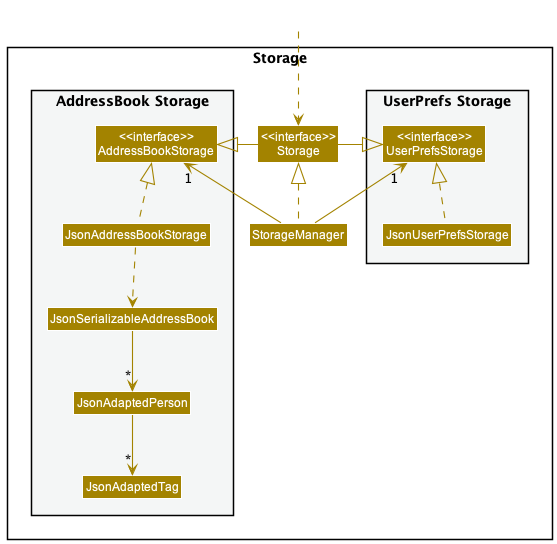
Earlier version of the PlantUML export docs/images/StorageClassDiagram.png (nus-cs2103-AY2223S1/tp).
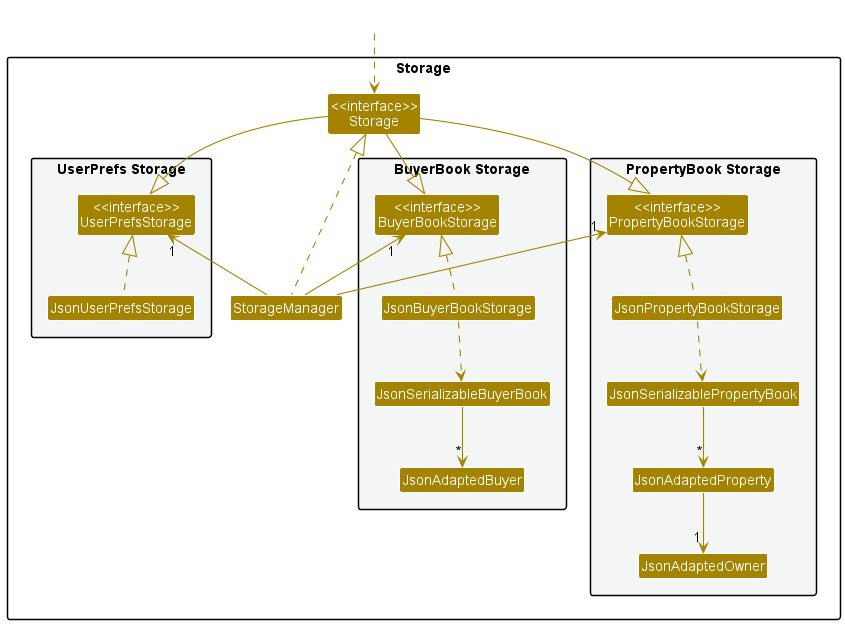
After the change.

Commit message:
Update Storage component DG

The edit, as a diff of the source:
```diff
@@ -14,12 +14,19 @@
 Class "<<interface>>\nStorage" as Storage
 Class StorageManager
 
-package "AddressBook Storage" #F4F6F6{
-Class "<<interface>>\nAddressBookStorage" as AddressBookStorage
-Class JsonAddressBookStorage
-Class JsonSerializableAddressBook
-Class JsonAdaptedPerson
-Class JsonAdaptedTag
+package "BuyerBook Storage" #F4F6F6{
+Class "<<interface>>\nBuyerBookStorage" as BuyerBookStorage
+Class JsonBuyerBookStorage
+Class JsonSerializableBuyerBook
+Class JsonAdaptedBuyer
+}
+
+package "PropertyBook Storage" #F4F6F6{
+Class "<<interface>>\nPropertyBookStorage" as PropertyBookStorage
+Class JsonPropertyBookStorage
+Class JsonSerializablePropertyBook
+Class JsonAdaptedProperty
+Class JsonAdaptedOwner
 }
 
 }
@@ -29,15 +36,21 @@
 
 StorageManager .up.|> Storage
 StorageManager -up-> "1" UserPrefsStorage
-StorageManager -up-> "1" AddressBookStorage
+StorageManager -up-> "1" BuyerBookStorage
+StorageManager -up-> "1" PropertyBookStorage
 
-Storage -left-|> UserPrefsStorage
-Storage -right-|> AddressBookStorage
+Storage -down-|> UserPrefsStorage
+Storage -down-|> BuyerBookStorage
+Storage -down-|> PropertyBookStorage
 
 JsonUserPrefsStorage .up.|> UserPrefsStorage
-JsonAddressBookStorage .up.|> AddressBookStorage
-JsonAddressBookStorage ..> JsonSerializableAddressBook
-JsonSerializableAddressBook --> "*" JsonAdaptedPerson
-JsonAdaptedPerson --> "*" JsonAdaptedTag
+JsonBuyerBookStorage .up.|> BuyerBookStorage
+JsonBuyerBookStorage ..> JsonSerializableBuyerBook
+JsonSerializableBuyerBook --> "*" JsonAdaptedBuyer
+JsonPropertyBookStorage .up.|> PropertyBookStorage
+JsonPropertyBookStorage ..> JsonSerializablePropertyBook
+JsonSerializablePropertyBook --> "*" JsonAdaptedProperty
+JsonAdaptedProperty --> "1" JsonAdaptedOwner
+
 
 @enduml
```
